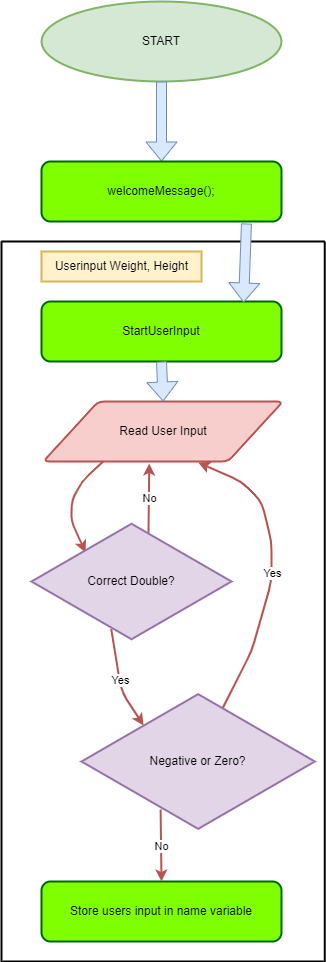
Before: Untitled Diagram.drawio.png, a diagram exported from draw.io (natafesenko/AssignmentFOOP1). Source tidied: cells renumbered, new cells last; positions are measured from the earlier drawing's top-left corner, leaving out a move shared by most shapes.
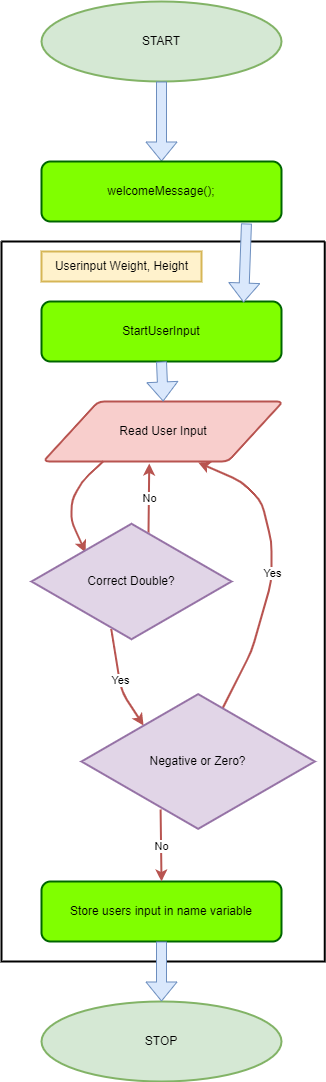
Above is the later version.

The edit, as a diff of the source:
```diff
@@ -84,5 +84,11 @@
     <mxCell id="22" style="shape=flexArrow;endArrow=classic;html=1;rounded=0;exitX=0.854;exitY=1.033;exitDx=0;exitDy=0;entryX=0.842;entryY=0.017;entryDx=0;entryDy=0;fillColor=#dae8fc;strokeColor=#6c8ebf;exitPerimeter=0;entryPerimeter=0;" parent="1" edge="1" source="4" target="7">
       <mxGeometry relative="1" as="geometry" />
     </mxCell>
+    <mxCell id="23" value="STOP" style="strokeWidth=2;html=1;shape=mxgraph.flowchart.start_1;whiteSpace=wrap;fillColor=#d5e8d4;strokeColor=#82b366;" parent="1" vertex="1">
+      <mxGeometry x="40" y="1000" width="240" height="80" as="geometry" />
+    </mxCell>
+    <mxCell id="24" style="shape=flexArrow;endArrow=classic;html=1;rounded=0;exitX=0.5;exitY=1;exitDx=0;exitDy=0;entryX=0.5;entryY=0;entryDx=0;entryDy=0;entryPerimeter=0;fillColor=#dae8fc;strokeColor=#6c8ebf;" parent="1" edge="1" source="9" target="23">
+      <mxGeometry relative="1" as="geometry" />
+    </mxCell>
   </root>
 </mxGraphModel>
```
